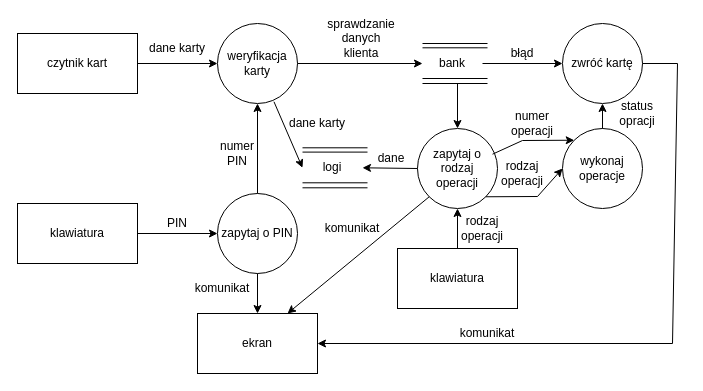
Earlier version of the draw.io diagram III semestr/inżynieria oprogramowania/bank.drawio (kacperszczudlo/studia). Source tidied: cells renumbered, new cells numbered last; positions are measured from the earlier drawing's top-left corner, leaving out a move shared by most shapes. Both pictures are drawn from the tidied source at 100%, with x=0, y=0 at pixel (17, 23).
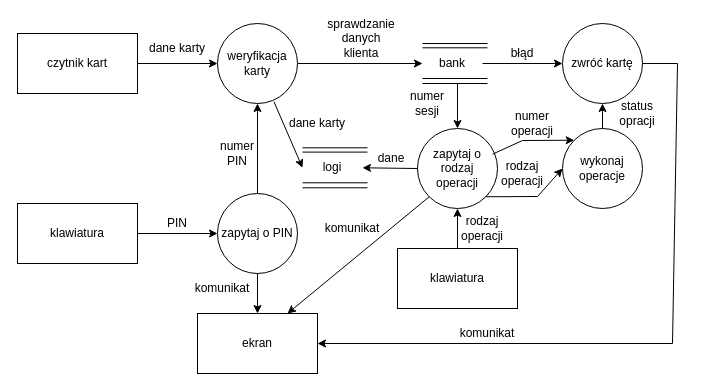
After the change.

The edit, as a diff of the source:
```diff
@@
+    <mxCell id="50" value="numer sesji" style="text;html=1;align=center;verticalAlign=middle;whiteSpace=wrap;rounded=0;" parent="1" vertex="1">
+      <mxGeometry x="380" y="65" width="60" height="30" as="geometry" />
+    </mxCell>
```
